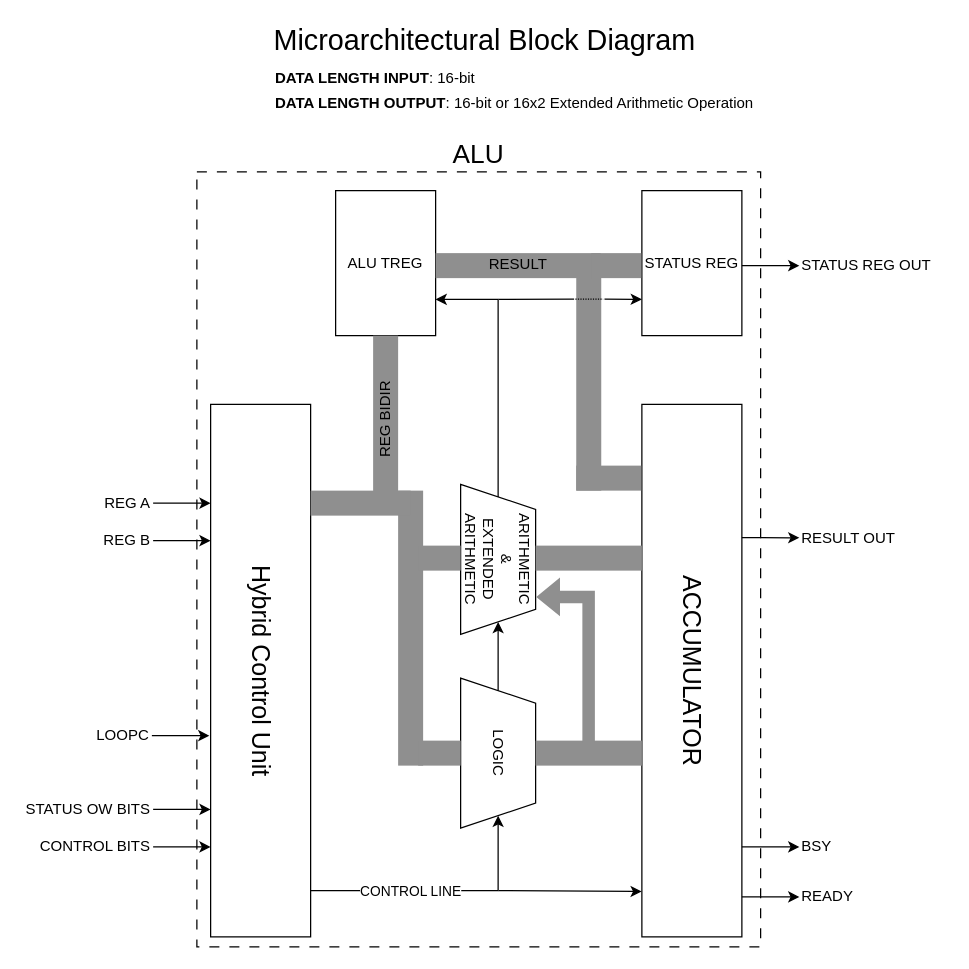
The draw.io diagram Processors/MILCA/MAHORA/ALU/DrawIO/ALU-ModNium.drawio in quinnzaballa/ModNium, before the edit. Source tidied: cells renumbered, new cells numbered last; positions are measured from the earlier drawing's top-left corner, leaving out a move shared by most shapes. Both pictures are drawn from the tidied source at 125%, with x=0, y=0 at pixel (21, 21).
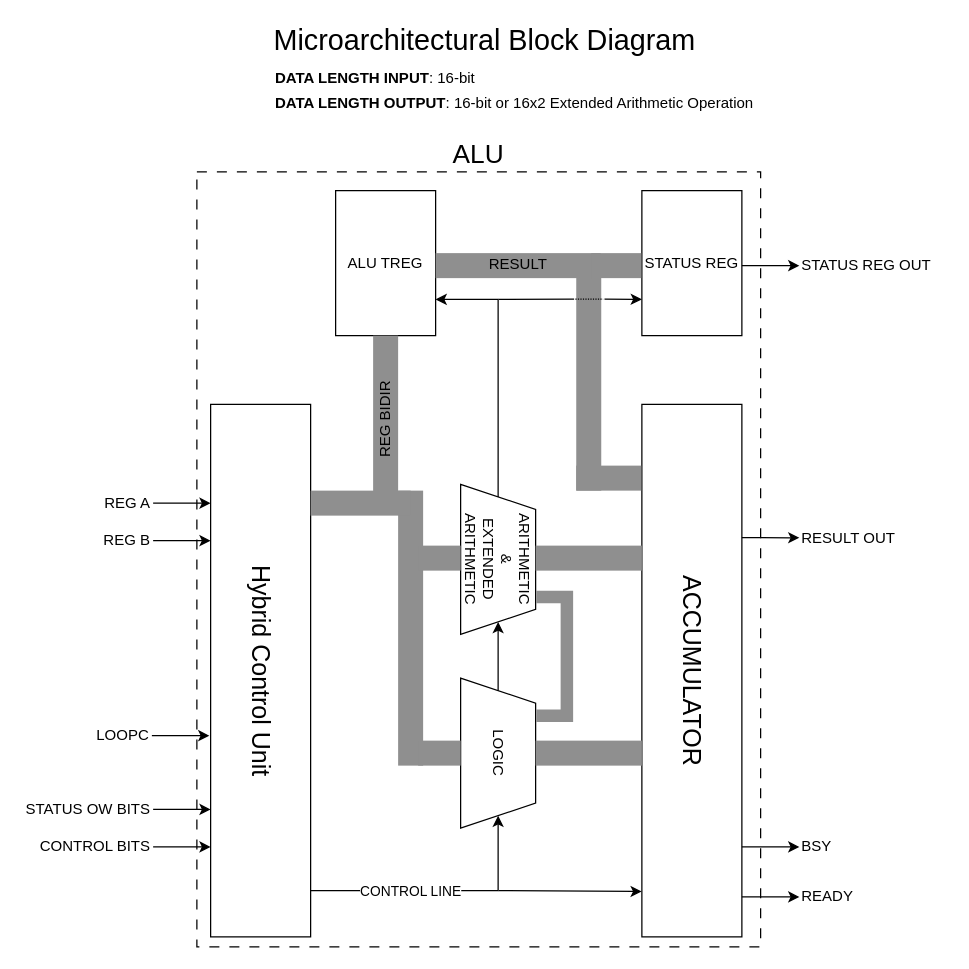
The same diagram, later.

Commit message (it also covers changes not shown here):
Revised ALU drawio Added new OpCode for ALU

The change refers to these unchanged cells:
```xml
<mxCell id="11" value="ARITHMETIC&lt;div&gt;&amp;amp;&lt;/div&gt;&lt;div&gt;EXTENDED ARITHMETIC&lt;/div&gt;" style="shape=trapezoid;perimeter=trapezoidPerimeter;whiteSpace=wrap;html=1;shapeInside=1;fixedSize=1;rotation=90;" parent="1" vertex="1">
  <mxGeometry x="321" y="400" width="120" height="60" as="geometry" />
</mxCell>
<mxCell id="12" value="LOGIC" style="shape=trapezoid;perimeter=trapezoidPerimeter;whiteSpace=wrap;html=1;shapeInside=1;fixedSize=1;rotation=90;" parent="1" vertex="1">
  <mxGeometry x="321" y="555" width="120" height="60" as="geometry" />
</mxCell>
<mxCell id="20" style="rounded=0;whiteSpace=wrap;html=1;strokeColor=none;fillColor=#8F8F8F;rotation=-90;" parent="1" vertex="1">
  <mxGeometry x="443.5" y="542.5" width="20" height="85" as="geometry" />
</mxCell>
```

The edit, as a diff of the source:
```diff
@@
-    <mxCell id="44" style="shape=flexArrow;endArrow=none;html=1;rounded=0;defaultLabelBackgroundColor=page;exitX=0.75;exitY=0;exitDx=0;exitDy=0;entryX=0.878;entryY=0.499;entryDx=0;entryDy=0;edgeStyle=orthogonalEdgeStyle;strokeColor=none;fillColor=#8F8F8F;startArrow=block;startFill=0;endFill=0;entryPerimeter=0;" parent="1" edge="1" source="11" target="20">
-      <mxGeometry relative="1" as="geometry" />
+    <mxCell id="44" style="shape=flexArrow;endArrow=none;html=1;rounded=0;defaultLabelBackgroundColor=page;exitX=0.75;exitY=0;exitDx=0;exitDy=0;entryX=0.25;entryY=0;entryDx=0;entryDy=0;edgeStyle=orthogonalEdgeStyle;strokeColor=none;fillColor=#8F8F8F;startArrow=none;startFill=0;endFill=0;" parent="1" edge="1" source="11" target="12">
+      <mxGeometry relative="1" as="geometry">
+        <Array as="points">
+          <mxPoint x="436" y="460" />
+          <mxPoint x="436" y="555" />
+        </Array>
+      </mxGeometry>
     </mxCell>
```
